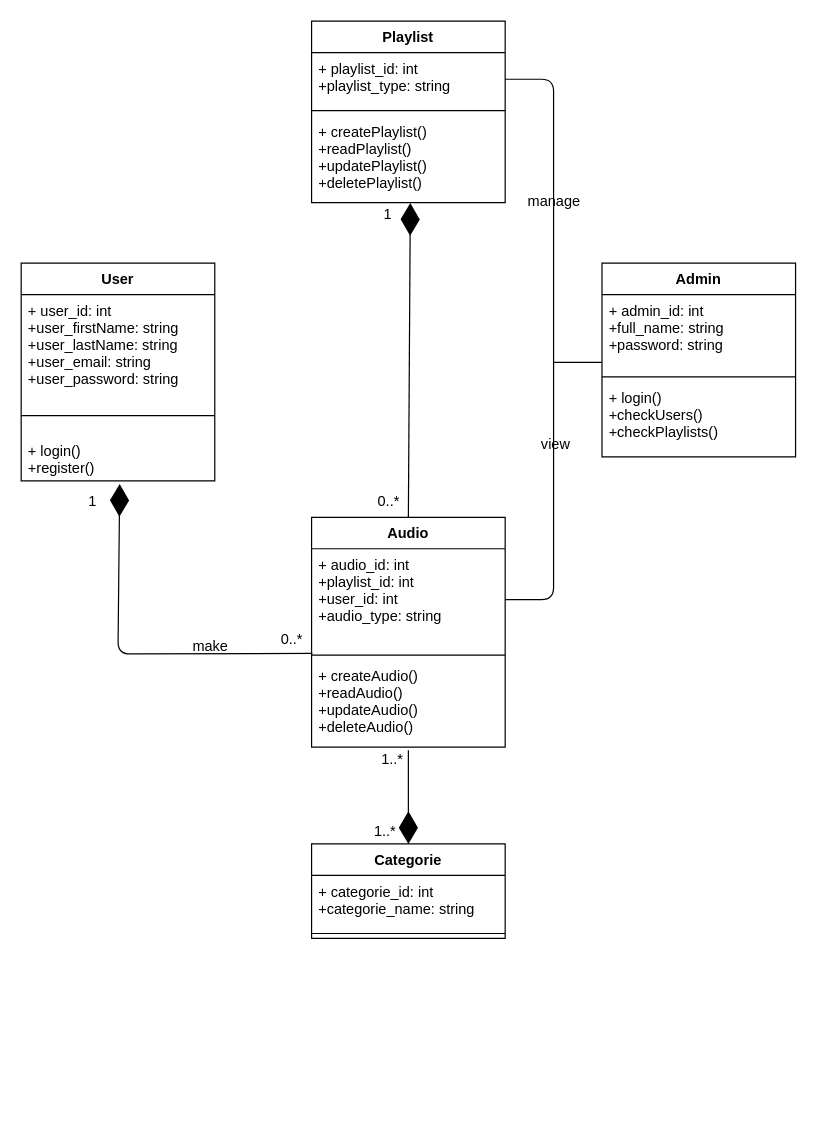
Before: UML/class.drawio in moultamissimane/amehtyst, a draw.io diagram. Source tidied: cells renumbered, new cells numbered last; positions are measured from the earlier drawing's top-left corner, leaving out a move shared by most shapes. Both pictures are drawn from the tidied source at 121%, with x=0, y=0 at pixel (21, 21).
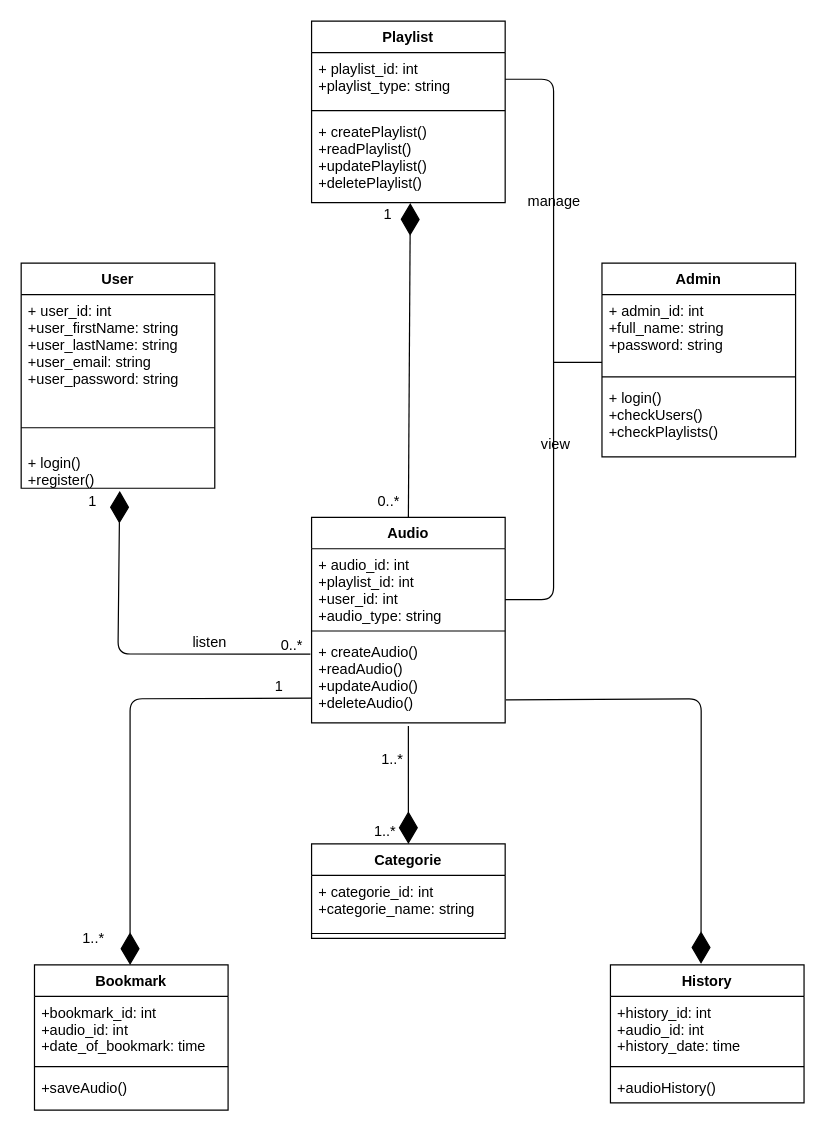
The same diagram, later.

The change refers to these unchanged cells:
```xml
<mxCell id="11" value="+ playlist_id: int&#10;+playlist_type: string" style="text;strokeColor=none;fillColor=none;align=left;verticalAlign=top;spacingLeft=4;spacingRight=4;overflow=hidden;points=[[0,0.5],[1,0.5]];portConstraint=eastwest;" parent="10" vertex="1">
  <mxGeometry y="26" width="160" height="44" as="geometry" />
</mxCell>
```

What changed in the source:
```diff
@@
     <mxCell id="2" value="User" style="swimlane;fontStyle=1;align=center;verticalAlign=top;horizontal=1;startSize=26;" parent="1" vertex="1">
-      <mxGeometry y="200" width="160" height="180" as="geometry" />
+      <mxGeometry y="200" width="160" height="186" as="geometry" />
     </mxCell>
     <mxCell id="3" value="+ user_id: int&#10;+user_firstName: string&#10;+user_lastName: string&#10;+user_email: string&#10;+user_password: string" style="text;strokeColor=none;fillColor=none;align=left;verticalAlign=top;spacingLeft=4;spacingRight=4;overflow=hidden;" parent="2" vertex="1">
-      <mxGeometry y="26" width="160" height="84" as="geometry" />
+      <mxGeometry y="26" width="160" height="94" as="geometry" />
     </mxCell>
     <mxCell id="4" style="line;strokeWidth=1;fillColor=none;align=left;verticalAlign=middle;spacingTop=-1;spacingLeft=3;spacingRight=3;labelPosition=right;" parent="2" vertex="1">
-      <mxGeometry y="110" width="160" height="32" as="geometry" />
+      <mxGeometry y="120" width="160" height="32" as="geometry" />
     </mxCell>
     <mxCell id="5" value="+ login()&#10;+register()" style="text;strokeColor=none;fillColor=none;align=left;verticalAlign=top;spacingLeft=4;spacingRight=4;overflow=hidden;points=[[0,0.5],[1,0.5]];portConstraint=eastwest;" parent="2" vertex="1">
-      <mxGeometry y="142" width="160" height="38" as="geometry" />
+      <mxGeometry y="152" width="160" height="34" as="geometry" />
     </mxCell>
@@
     <mxCell id="14" value="Audio" style="swimlane;fontStyle=1;align=center;verticalAlign=top;horizontal=1;startSize=26;" parent="1" vertex="1">
-      <mxGeometry x="240" y="410" width="160" height="190" as="geometry" />
+      <mxGeometry x="240" y="410" width="160" height="170" as="geometry" />
     </mxCell>
     <mxCell id="15" value="+ audio_id: int&#10;+playlist_id: int&#10;+user_id: int&#10;+audio_type: string" style="text;strokeColor=none;fillColor=none;align=left;verticalAlign=top;spacingLeft=4;spacingRight=4;overflow=hidden;points=[[0,0.5],[1,0.5]];portConstraint=eastwest;" parent="14" vertex="1">
-      <mxGeometry y="26" width="160" height="84" as="geometry" />
+      <mxGeometry y="26" width="160" height="64" as="geometry" />
     </mxCell>
     <mxCell id="16" style="line;strokeWidth=1;fillColor=none;align=left;verticalAlign=middle;spacingTop=-1;spacingLeft=3;spacingRight=3;labelPosition=right;" parent="14" vertex="1">
-      <mxGeometry y="110" width="160" height="8" as="geometry" />
+      <mxGeometry y="90" width="160" height="8" as="geometry" />
     </mxCell>
     <mxCell id="17" value="+ createAudio()&#10;+readAudio()&#10;+updateAudio()&#10;+deleteAudio()" style="text;strokeColor=none;fillColor=none;align=left;verticalAlign=top;spacingLeft=4;spacingRight=4;overflow=hidden;points=[[0,0.5],[1,0.5]];portConstraint=eastwest;" parent="14" vertex="1">
-      <mxGeometry y="118" width="160" height="72" as="geometry" />
+      <mxGeometry y="98" width="160" height="72" as="geometry" />
     </mxCell>
-    <mxCell id="18" style="endArrow=none;html=1;entryX=1;entryY=0.5;entryDx=0;entryDy=0;exitX=1;exitY=0.5;exitDx=0;exitDy=0;" parent="1" edge="1" source="15" target="11">
+    <mxCell id="18" style="endArrow=none;html=1;entryX=1;entryY=0.5;entryDx=0;entryDy=0;" parent="1" edge="1" target="11">
       <mxGeometry relative="1" as="geometry">
+        <mxPoint x="400" y="478" as="sourcePoint" />
         <Array as="points">
           <mxPoint x="440" y="478" />
           <mxPoint x="440" y="48" />
         </Array>
       </mxGeometry>
     </mxCell>
@@
-    <mxCell id="24" style="endArrow=diamondThin;endFill=1;endSize=24;html=1;entryX=0.509;entryY=1.066;entryDx=0;entryDy=0;entryPerimeter=0;exitX=0.004;exitY=1.03;exitDx=0;exitDy=0;exitPerimeter=0;" parent="1" edge="1" source="15" target="5">
+    <mxCell id="24" style="endArrow=diamondThin;endFill=1;endSize=24;html=1;entryX=0.509;entryY=1.066;entryDx=0;entryDy=0;entryPerimeter=0;exitX=-0.006;exitY=0.21;exitDx=0;exitDy=0;exitPerimeter=0;" parent="1" edge="1" source="17" target="5">
       <mxGeometry relative="1" as="geometry">
         <Array as="points">
           <mxPoint x="80" y="523" />
         </Array>
       </mxGeometry>
     </mxCell>
-    <mxCell id="25" value="make" style="text;html=1;align=left;verticalAlign=top;spacingTop=-4;" parent="1" vertex="1">
-      <mxGeometry x="140" y="507" width="40" height="20" as="geometry" />
+    <mxCell id="25" value="listen" style="text;html=1;align=left;verticalAlign=top;spacingTop=-4;" parent="1" vertex="1">
+      <mxGeometry x="140" y="504" width="40" height="20" as="geometry" />
     </mxCell>
     <mxCell id="26" value="0..*" style="text;html=1;align=left;verticalAlign=top;spacingTop=-4;" parent="1" vertex="1">
-      <mxGeometry x="213" y="501" width="30" height="20" as="geometry" />
+      <mxGeometry x="213" y="506" width="30" height="20" as="geometry" />
     </mxCell>
@@
+    <mxCell id="35" value="Bookmark" style="swimlane;fontStyle=1;align=center;verticalAlign=top;horizontal=1;startSize=26;" parent="1" vertex="1">
+      <mxGeometry x="11" y="780" width="160" height="120" as="geometry" />
+    </mxCell>
+    <mxCell id="36" value="+bookmark_id: int&#10;+audio_id: int&#10;+date_of_bookmark: time" style="text;strokeColor=none;fillColor=none;align=left;verticalAlign=top;spacingLeft=4;spacingRight=4;overflow=hidden;" parent="35" vertex="1">
+      <mxGeometry y="26" width="160" height="54" as="geometry" />
+    </mxCell>
+    <mxCell id="37" style="line;strokeWidth=1;fillColor=none;align=left;verticalAlign=middle;spacingTop=-1;spacingLeft=3;spacingRight=3;labelPosition=right;" parent="35" vertex="1">
+      <mxGeometry y="80" width="160" height="8" as="geometry" />
+    </mxCell>
+    <mxCell id="38" value="+saveAudio()" style="text;strokeColor=none;fillColor=none;align=left;verticalAlign=top;spacingLeft=4;spacingRight=4;overflow=hidden;" parent="35" vertex="1">
+      <mxGeometry y="88" width="160" height="32" as="geometry" />
+    </mxCell>
+    <mxCell id="39" value="History" style="swimlane;fontStyle=1;align=center;verticalAlign=top;horizontal=1;startSize=26;" parent="1" vertex="1">
+      <mxGeometry x="487" y="780" width="160" height="114" as="geometry" />
+    </mxCell>
+    <mxCell id="40" value="+history_id: int&#10;+audio_id: int&#10;+history_date: time" style="text;strokeColor=none;fillColor=none;align=left;verticalAlign=top;spacingLeft=4;spacingRight=4;overflow=hidden;" parent="39" vertex="1">
+      <mxGeometry y="26" width="160" height="54" as="geometry" />
+    </mxCell>
+    <mxCell id="41" style="line;strokeWidth=1;fillColor=none;align=left;verticalAlign=middle;spacingTop=-1;spacingLeft=3;spacingRight=3;labelPosition=right;" parent="39" vertex="1">
+      <mxGeometry y="80" width="160" height="8" as="geometry" />
+    </mxCell>
+    <mxCell id="42" value="+audioHistory()" style="text;strokeColor=none;fillColor=none;align=left;verticalAlign=top;spacingLeft=4;spacingRight=4;overflow=hidden;" parent="39" vertex="1">
+      <mxGeometry y="88" width="160" height="26" as="geometry" />
+    </mxCell>
+    <mxCell id="43" style="endArrow=diamondThin;endFill=1;endSize=24;html=1;exitX=-0.002;exitY=0.715;exitDx=0;exitDy=0;exitPerimeter=0;" parent="1" edge="1" source="17">
+      <mxGeometry relative="1" as="geometry">
+        <mxPoint x="90" y="780" as="targetPoint" />
+        <Array as="points">
+          <mxPoint x="90" y="560" />
+        </Array>
+      </mxGeometry>
+    </mxCell>
+    <mxCell id="44" style="endArrow=diamondThin;endFill=1;endSize=24;html=1;exitX=1.004;exitY=0.735;exitDx=0;exitDy=0;exitPerimeter=0;entryX=0.468;entryY=-0.008;entryDx=0;entryDy=0;entryPerimeter=0;" parent="1" edge="1" source="17" target="39">
+      <mxGeometry relative="1" as="geometry">
+        <Array as="points">
+          <mxPoint x="562" y="560" />
+        </Array>
+      </mxGeometry>
+    </mxCell>
+    <mxCell id="45" value="1" style="text;html=1;align=left;verticalAlign=top;spacingTop=-4;" parent="1" vertex="1">
+      <mxGeometry x="208" y="540" width="20" height="20" as="geometry" />
+    </mxCell>
+    <mxCell id="46" value="1..*" style="text;html=1;align=left;verticalAlign=top;spacingTop=-4;" parent="1" vertex="1">
+      <mxGeometry x="49" y="748" width="30" height="20" as="geometry" />
+    </mxCell>
```
